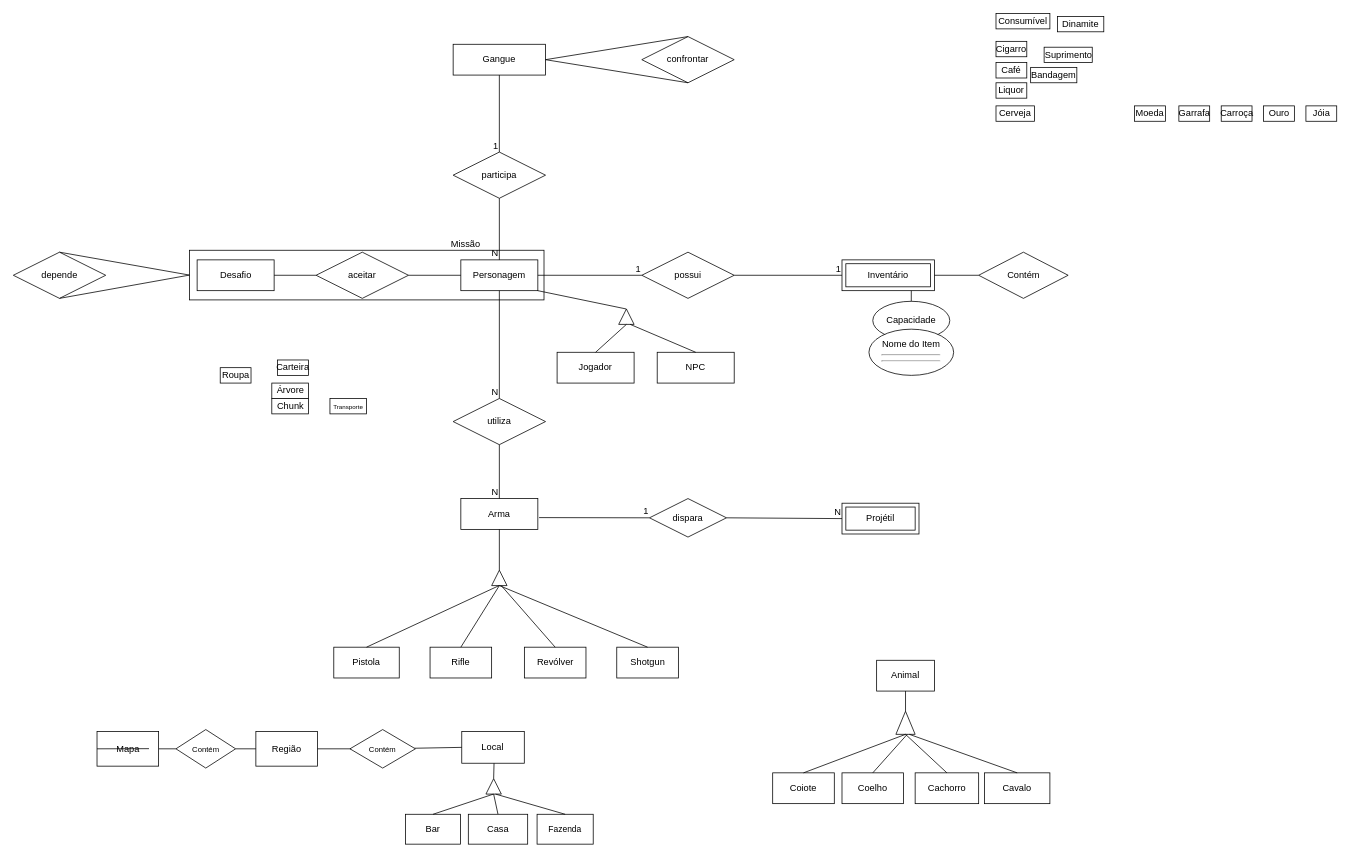
SBD1/2024.1-Red_Dead_Redemption2 keeps this draw.io diagram as assets/img/Untitled Diagram.drawio. Above is the earlier version. Source tidied: cells renumbered, new cells numbered last; positions are measured from the earlier drawing's top-left corner, leaving out a move shared by most shapes. Both pictures are drawn from the tidied source at 77%, with x=0, y=0 at pixel (13, 13).
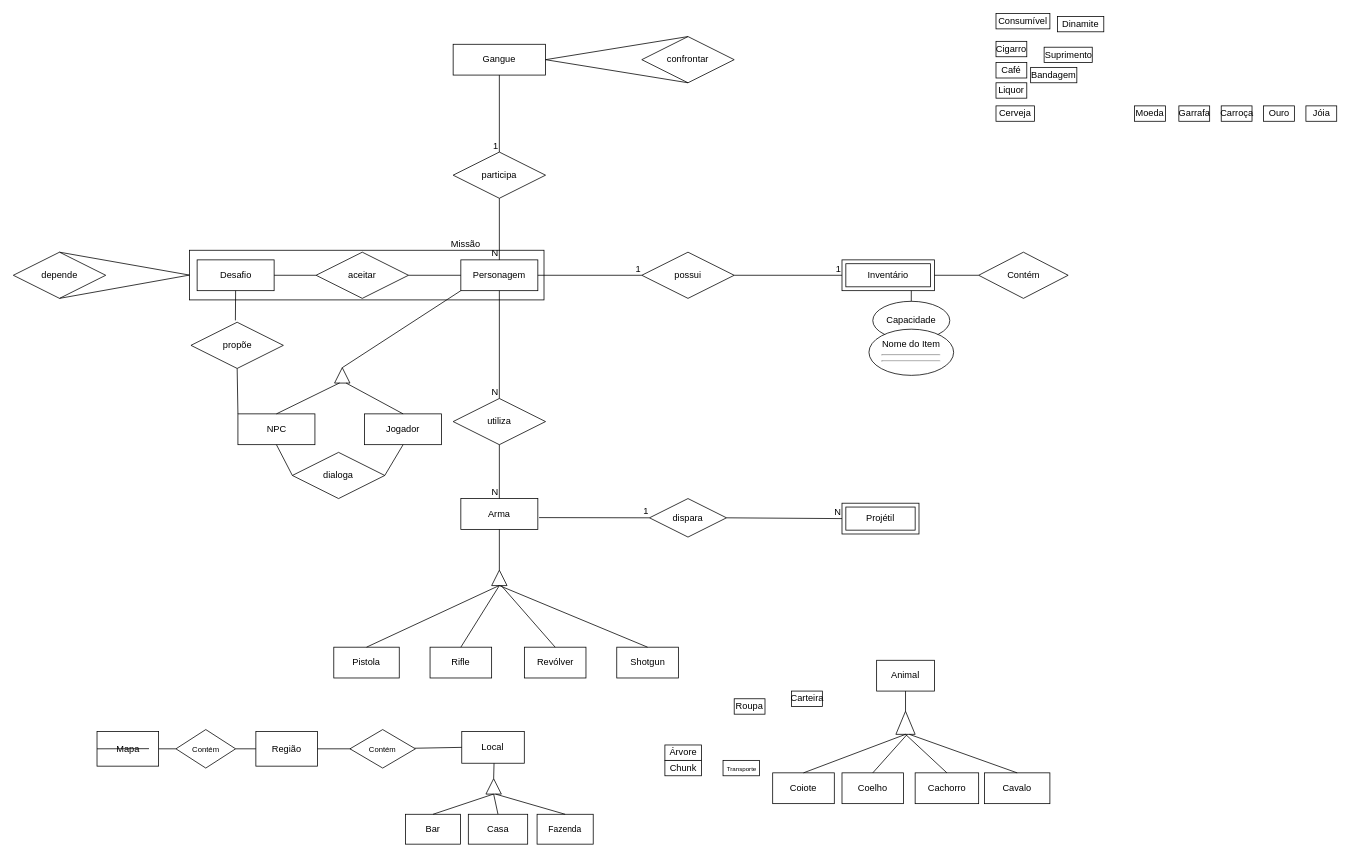
The same diagram, later.

Unchanged cells that the change refers to:
```xml
<mxCell id="28" value="Personagem" style="whiteSpace=wrap;html=1;align=center;" parent="1" vertex="1">
  <mxGeometry x="581" y="320" width="100" height="40" as="geometry" />
</mxCell>
<mxCell id="98" value="Desafio" style="whiteSpace=wrap;html=1;align=center;" parent="1" vertex="1">
  <mxGeometry x="238.5" y="320" width="100" height="40" as="geometry" />
</mxCell>
```

Diff of the diagram source:
```diff
@@
     <mxCell id="17" value="Carteira" style="whiteSpace=wrap;html=1;" parent="1" vertex="1">
-      <mxGeometry x="343" y="450" width="40" height="20" as="geometry" />
+      <mxGeometry x="1010.5" y="880" width="40" height="20" as="geometry" />
     </mxCell>
@@
     <mxCell id="24" value="Roupa" style="whiteSpace=wrap;html=1;" parent="1" vertex="1">
-      <mxGeometry x="268.5" y="460" width="40" height="20" as="geometry" />
+      <mxGeometry x="936" y="890" width="40" height="20" as="geometry" />
     </mxCell>
@@
     <mxCell id="35" value="Árvore" style="whiteSpace=wrap;html=1;align=center;" parent="1" vertex="1">
-      <mxGeometry x="335.5" y="480" width="47.5" height="20" as="geometry" />
+      <mxGeometry x="846" y="950" width="47.5" height="20" as="geometry" />
     </mxCell>
     <mxCell id="36" value="Chunk" style="whiteSpace=wrap;html=1;align=center;" parent="1" vertex="1">
-      <mxGeometry x="335.5" y="500" width="47.5" height="20" as="geometry" />
+      <mxGeometry x="846" y="970" width="47.5" height="20" as="geometry" />
     </mxCell>
     <mxCell id="37" value="&lt;font style=&quot;font-size: 8px;&quot;&gt;Transporte&lt;/font&gt;" style="whiteSpace=wrap;html=1;align=center;" parent="1" vertex="1">
-      <mxGeometry x="411" y="500" width="47.5" height="20" as="geometry" />
+      <mxGeometry x="921.5" y="970" width="47.5" height="20" as="geometry" />
     </mxCell>
@@
     <mxCell id="64" value="Jogador" style="whiteSpace=wrap;html=1;align=center;" parent="1" vertex="1">
-      <mxGeometry x="706" y="440" width="100" height="40" as="geometry" />
+      <mxGeometry x="456" y="520" width="100" height="40" as="geometry" />
     </mxCell>
     <mxCell id="65" value="NPC" style="whiteSpace=wrap;html=1;align=center;" parent="1" vertex="1">
-      <mxGeometry x="836" y="440" width="100" height="40" as="geometry" />
+      <mxGeometry x="291.5" y="520" width="100" height="40" as="geometry" />
     </mxCell>
@@
     <mxCell id="86" style="triangle;whiteSpace=wrap;html=1;direction=north;" parent="1" vertex="1">
-      <mxGeometry x="786" y="383.8" width="20" height="20" as="geometry" />
+      <mxGeometry x="417" y="460" width="20" height="20" as="geometry" />
     </mxCell>
@@
-    <mxCell id="88" style="endArrow=none;html=1;rounded=0;exitX=1;exitY=1;exitDx=0;exitDy=0;entryX=1;entryY=0.5;entryDx=0;entryDy=0;" parent="1" edge="1" source="28" target="86">
+    <mxCell id="88" style="endArrow=none;html=1;rounded=0;exitX=0;exitY=1;exitDx=0;exitDy=0;entryX=1;entryY=0.5;entryDx=0;entryDy=0;" parent="1" edge="1" source="28" target="86">
       <mxGeometry relative="1" as="geometry" />
     </mxCell>
@@
-    <mxCell id="90" style="endArrow=none;html=1;rounded=0;exitX=0;exitY=0.5;exitDx=0;exitDy=0;entryX=0.5;entryY=0;entryDx=0;entryDy=0;" parent="1" edge="1" source="86" target="64">
+    <mxCell id="90" style="endArrow=none;html=1;rounded=0;exitX=0;exitY=0.75;exitDx=0;exitDy=0;entryX=0.5;entryY=0;entryDx=0;entryDy=0;" parent="1" edge="1" source="86" target="64">
       <mxGeometry relative="1" as="geometry" />
     </mxCell>
@@
-    <mxCell id="92" style="endArrow=none;html=1;rounded=0;exitX=0;exitY=0.75;exitDx=0;exitDy=0;entryX=0.5;entryY=0;entryDx=0;entryDy=0;" parent="1" edge="1" source="86" target="65">
+    <mxCell id="92" style="endArrow=none;html=1;rounded=0;exitX=0.008;exitY=0.325;exitDx=0;exitDy=0;entryX=0.5;entryY=0;entryDx=0;entryDy=0;exitPerimeter=0;" parent="1" edge="1" source="86" target="65">
       <mxGeometry relative="1" as="geometry" />
     </mxCell>
@@
+    <mxCell id="108" value="dialoga" style="shape=rhombus;perimeter=rhombusPerimeter;whiteSpace=wrap;html=1;align=center;" parent="1" vertex="1">
+      <mxGeometry x="362.2" y="570" width="120" height="60" as="geometry" />
+    </mxCell>
@@
+    <mxCell id="109" style="endArrow=none;html=1;rounded=0;exitX=0.5;exitY=1;exitDx=0;exitDy=0;entryX=1;entryY=0.5;entryDx=0;entryDy=0;" parent="1" edge="1" source="64" target="108">
+      <mxGeometry relative="1" as="geometry" />
+    </mxCell>
+    <mxCell id="110" style="endArrow=none;html=1;rounded=0;exitX=0;exitY=0.5;exitDx=0;exitDy=0;entryX=0.5;entryY=1;entryDx=0;entryDy=0;" parent="1" edge="1" source="108" target="65">
+      <mxGeometry relative="1" as="geometry" />
+    </mxCell>
+    <mxCell id="111" value="propõe" style="shape=rhombus;perimeter=rhombusPerimeter;whiteSpace=wrap;html=1;align=center;" parent="1" vertex="1">
+      <mxGeometry x="230.5" y="401" width="120" height="60" as="geometry" />
+    </mxCell>
+    <mxCell id="112" style="endArrow=none;html=1;rounded=0;exitX=0.5;exitY=1;exitDx=0;exitDy=0;entryX=0;entryY=0;entryDx=0;entryDy=0;" parent="1" edge="1" source="111" target="65">
+      <mxGeometry relative="1" as="geometry" />
+    </mxCell>
+    <mxCell id="113" style="endArrow=none;html=1;rounded=0;exitX=0.5;exitY=1;exitDx=0;exitDy=0;entryX=0.481;entryY=-0.04;entryDx=0;entryDy=0;entryPerimeter=0;" parent="1" edge="1" source="98" target="111">
+      <mxGeometry relative="1" as="geometry" />
+    </mxCell>
```
